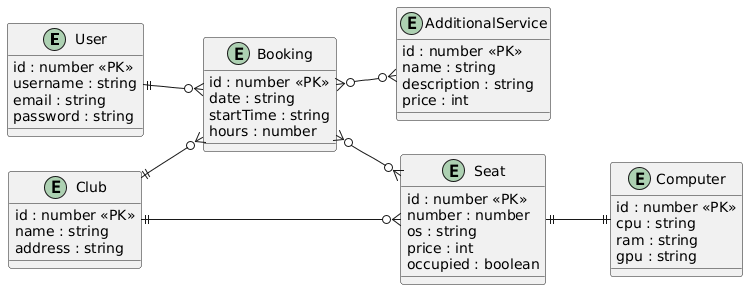
accelolabs/nestjs-website keeps this PlantUML diagram as docs/diagram-er.png. Above is the earlier version.
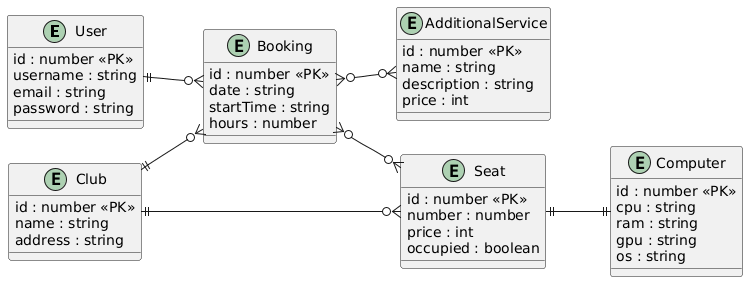
Later version of the same file.

Commit message:
update diagram + formatting fix

Diff of the diagram source:
```diff
@@ -24,7 +24,6 @@
 entity Seat {
   id : number <<PK>>
   number : number
-  os : string
   price : int
   occupied : boolean
 }
@@ -34,6 +33,7 @@
   cpu : string
   ram : string
   gpu : string
+  os : string
 }
 
 entity AdditionalService {
```
